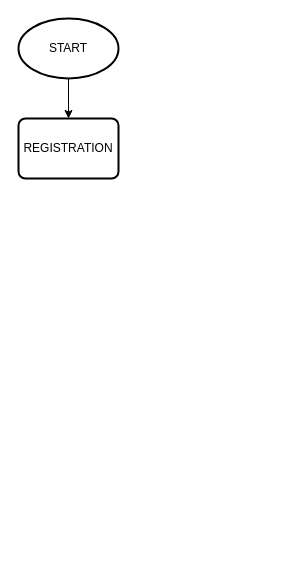
This is hospital-admission.drawio from Jarramdhan28/MuhamadFajar-HospitalAdmission-App, a draw.io file, before an edit. Source tidied: cells renumbered, new cells numbered last; positions are measured from the earlier drawing's top-left corner, leaving out a move shared by most shapes. Both pictures are drawn from the tidied source at 100%, with x=0, y=0 at pixel (18, 18).
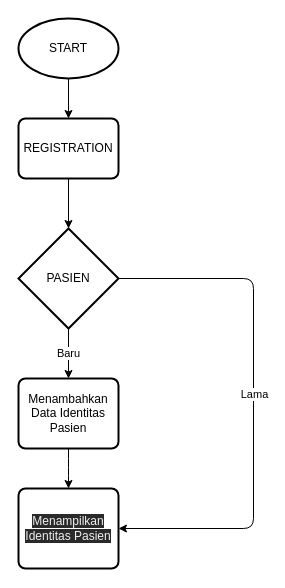
The same page after the edit.

Commit message:
feat : add percabangan pasien in flowchat

What changed in the source:
```diff
@@
 <mxGraphModel>
   <root>
     <mxCell id="0" />
     <mxCell id="1" parent="0" />
     <mxCell id="2" style="edgeStyle=none;html=1;exitX=0.5;exitY=1;exitDx=0;exitDy=0;exitPerimeter=0;entryX=0.5;entryY=0;entryDx=0;entryDy=0;" parent="1" edge="1" source="3" target="4">
       <mxGeometry relative="1" as="geometry" />
     </mxCell>
     <mxCell id="3" value="START" style="strokeWidth=2;html=1;shape=mxgraph.flowchart.start_1;whiteSpace=wrap;" parent="1" vertex="1">
       <mxGeometry width="100" height="60" as="geometry" />
     </mxCell>
+    <mxCell id="5" style="edgeStyle=none;html=1;exitX=0.5;exitY=1;exitDx=0;exitDy=0;entryX=0.5;entryY=0;entryDx=0;entryDy=0;entryPerimeter=0;" parent="1" edge="1" source="4" target="9">
+      <mxGeometry relative="1" as="geometry" />
+    </mxCell>
     <mxCell id="4" value="REGISTRATION" style="rounded=1;whiteSpace=wrap;html=1;absoluteArcSize=1;arcSize=14;strokeWidth=2;" parent="1" vertex="1">
       <mxGeometry y="100" width="100" height="60" as="geometry" />
     </mxCell>
+    <mxCell id="6" value="Baru" style="edgeStyle=orthogonalEdgeStyle;html=1;exitX=0.5;exitY=1;exitDx=0;exitDy=0;exitPerimeter=0;entryX=0.5;entryY=0;entryDx=0;entryDy=0;" parent="1" edge="1" source="9" target="11">
+      <mxGeometry relative="1" as="geometry" />
+    </mxCell>
+    <mxCell id="7" style="edgeStyle=orthogonalEdgeStyle;html=1;exitX=1;exitY=0.5;exitDx=0;exitDy=0;exitPerimeter=0;entryX=1;entryY=0.5;entryDx=0;entryDy=0;" parent="1" edge="1" source="9" target="12">
+      <mxGeometry relative="1" as="geometry">
+        <Array as="points">
+          <mxPoint x="235" y="260" />
+          <mxPoint x="235" y="510" />
+        </Array>
+      </mxGeometry>
+    </mxCell>
+    <mxCell id="8" value="Lama" style="edgeLabel;html=1;align=center;verticalAlign=middle;" parent="7" vertex="1">
+      <mxGeometry x="-0.04" relative="1" as="geometry" />
+    </mxCell>
+    <mxCell id="9" value="PASIEN" style="strokeWidth=2;html=1;shape=mxgraph.flowchart.decision;whiteSpace=wrap;" parent="1" vertex="1">
+      <mxGeometry y="210" width="100" height="100" as="geometry" />
+    </mxCell>
+    <mxCell id="10" style="edgeStyle=orthogonalEdgeStyle;html=1;exitX=0.5;exitY=1;exitDx=0;exitDy=0;" parent="1" edge="1" source="11">
+      <mxGeometry relative="1" as="geometry">
+        <mxPoint x="50" y="470" as="targetPoint" />
+      </mxGeometry>
+    </mxCell>
+    <mxCell id="11" value="Menambahkan Data Identitas Pasien" style="rounded=1;whiteSpace=wrap;html=1;absoluteArcSize=1;arcSize=14;strokeWidth=2;" parent="1" vertex="1">
+      <mxGeometry y="360" width="100" height="70" as="geometry" />
+    </mxCell>
+    <mxCell id="12" value="&#10;&#10;&lt;span style=&quot;color: rgb(240, 240, 240); font-family: helvetica; font-size: 12px; font-style: normal; font-weight: 400; letter-spacing: normal; text-align: center; text-indent: 0px; text-transform: none; word-spacing: 0px; background-color: rgb(42, 42, 42); display: inline; float: none;&quot;&gt;Menampilkan Identitas Pasien&lt;/span&gt;&#10;&#10;" style="rounded=1;whiteSpace=wrap;html=1;absoluteArcSize=1;arcSize=14;strokeWidth=2;" parent="1" vertex="1">
+      <mxGeometry y="470" width="100" height="80" as="geometry" />
+    </mxCell>
   </root>
 </mxGraphModel>
```
